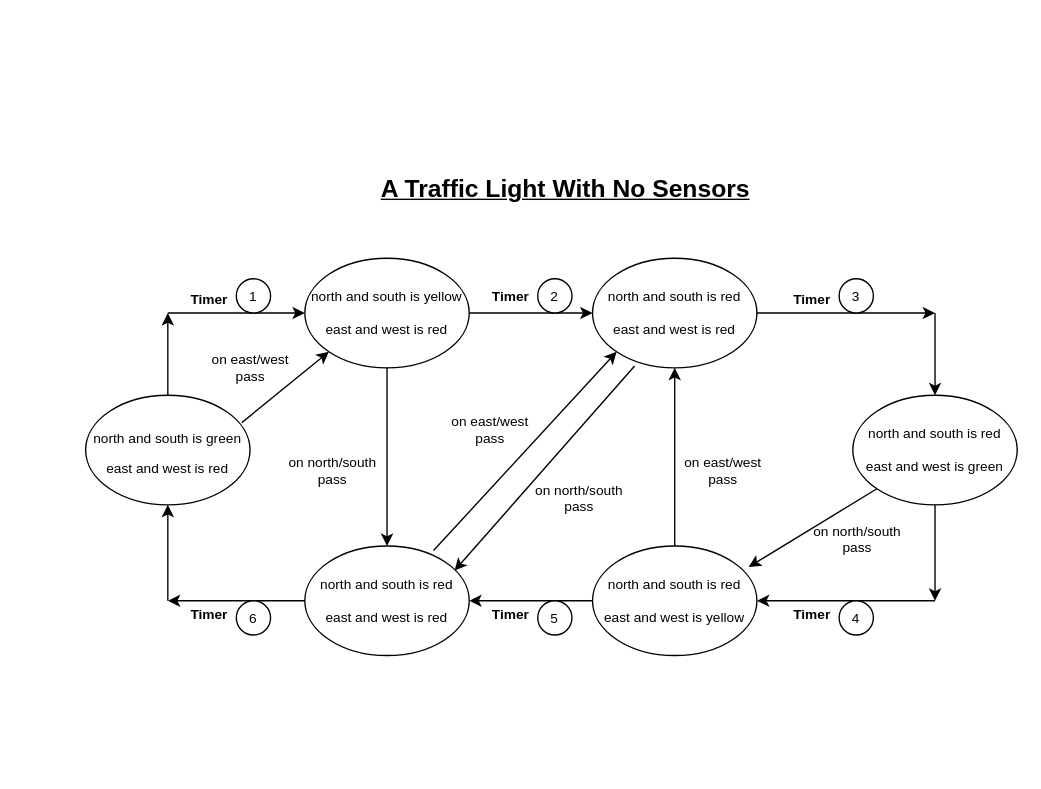
Above: Traffic Light With Sensors.drawio in Fangedan/1520 (draw.io), before the change. Source tidied: cells renumbered, new cells numbered last; positions are measured from the earlier drawing's top-left corner, leaving out a move shared by most shapes. Both pictures are drawn from the tidied source at 137%, with x=0, y=0 at pixel (85, 175).
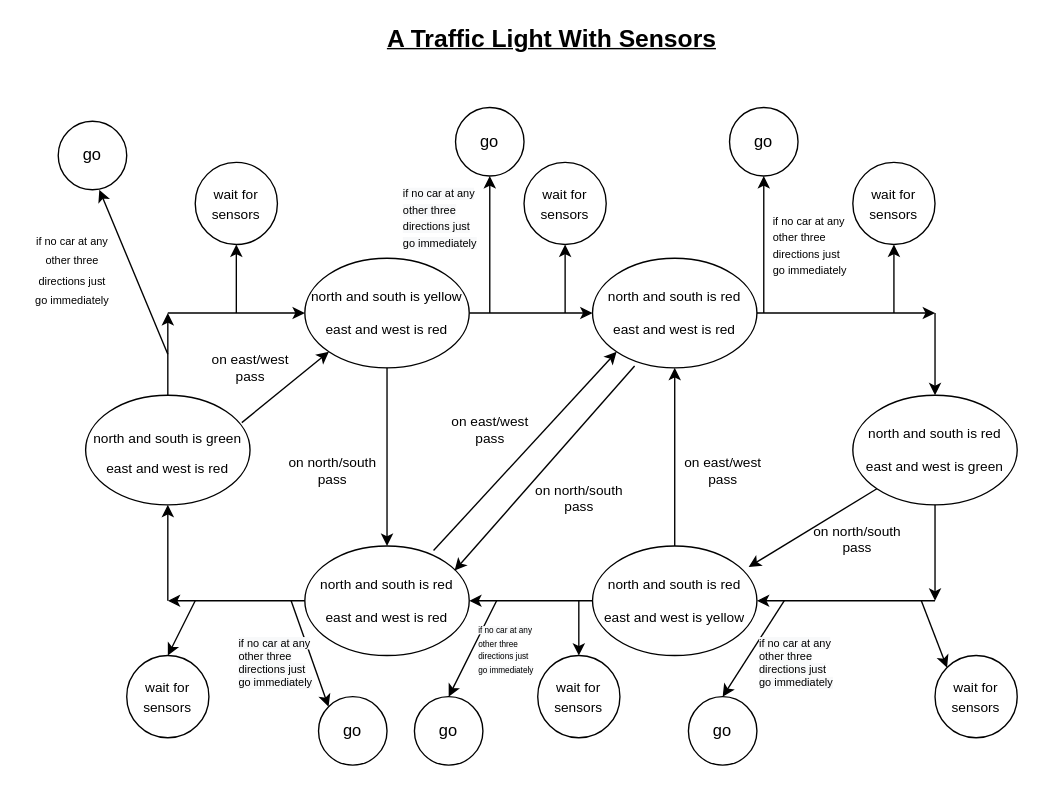
The same diagram, later.

The edit, as a diff of the source:
```diff
@@
-    <mxCell id="2" value="&lt;b&gt;&lt;u&gt;&lt;font style=&quot;font-size: 18px&quot;&gt;A Traffic Light With No Sensors&lt;/font&gt;&lt;/u&gt;&lt;/b&gt;" style="text;html=1;align=center;verticalAlign=middle;strokeColor=none;fillColor=none;" parent="1" vertex="1">
-      <mxGeometry x="210" width="280" height="20" as="geometry" />
+    <mxCell id="2" value="&lt;b&gt;&lt;u&gt;&lt;font style=&quot;font-size: 18px&quot;&gt;A Traffic Light With Sensors&lt;/font&gt;&lt;/u&gt;&lt;/b&gt;" style="text;html=1;align=center;verticalAlign=middle;strokeColor=none;fillColor=none;" parent="1" vertex="1">
+      <mxGeometry x="210" y="-110" width="260" height="20" as="geometry" />
     </mxCell>
@@
-    <mxCell id="19" value="&lt;b&gt;Timer&lt;/b&gt;" style="text;html=1;align=center;verticalAlign=middle;strokeColor=none;fillColor=none;fontSize=10;" parent="1" vertex="1">
-      <mxGeometry x="70" y="80" width="40" height="20" as="geometry" />
-    </mxCell>
-    <mxCell id="20" value="1" style="ellipse;whiteSpace=wrap;html=1;fontSize=10;" parent="1" vertex="1">
-      <mxGeometry x="110" y="75" width="25" height="25" as="geometry" />
-    </mxCell>
-    <mxCell id="21" value="&lt;b&gt;Timer&lt;/b&gt;" style="text;html=1;align=center;verticalAlign=middle;strokeColor=none;fillColor=none;fontSize=10;" parent="1" vertex="1">
-      <mxGeometry x="510" y="80" width="40" height="20" as="geometry" />
-    </mxCell>
-    <mxCell id="22" value="3" style="ellipse;whiteSpace=wrap;html=1;fontSize=10;" parent="1" vertex="1">
-      <mxGeometry x="550" y="75" width="25" height="25" as="geometry" />
-    </mxCell>
-    <mxCell id="23" value="&lt;b&gt;Timer&lt;/b&gt;" style="text;html=1;align=center;verticalAlign=middle;strokeColor=none;fillColor=none;fontSize=10;" parent="1" vertex="1">
-      <mxGeometry x="510" y="310" width="40" height="20" as="geometry" />
-    </mxCell>
-    <mxCell id="24" value="4" style="ellipse;whiteSpace=wrap;html=1;fontSize=10;" parent="1" vertex="1">
-      <mxGeometry x="550" y="310" width="25" height="25" as="geometry" />
-    </mxCell>
-    <mxCell id="25" value="&lt;b&gt;Timer&lt;/b&gt;" style="text;html=1;align=center;verticalAlign=middle;strokeColor=none;fillColor=none;fontSize=10;" parent="1" vertex="1">
-      <mxGeometry x="290" y="310" width="40" height="20" as="geometry" />
-    </mxCell>
-    <mxCell id="26" value="5" style="ellipse;whiteSpace=wrap;html=1;fontSize=10;" parent="1" vertex="1">
-      <mxGeometry x="330" y="310" width="25" height="25" as="geometry" />
-    </mxCell>
-    <mxCell id="27" value="&lt;b&gt;Timer&lt;/b&gt;" style="text;html=1;align=center;verticalAlign=middle;strokeColor=none;fillColor=none;fontSize=10;" parent="1" vertex="1">
-      <mxGeometry x="70" y="310" width="40" height="20" as="geometry" />
-    </mxCell>
-    <mxCell id="28" value="6" style="ellipse;whiteSpace=wrap;html=1;fontSize=10;" parent="1" vertex="1">
-      <mxGeometry x="110" y="310" width="25" height="25" as="geometry" />
-    </mxCell>
-    <mxCell id="29" value="&lt;b&gt;Timer&lt;/b&gt;" style="text;html=1;align=center;verticalAlign=middle;strokeColor=none;fillColor=none;fontSize=10;" parent="1" vertex="1">
-      <mxGeometry x="290" y="77.5" width="40" height="20" as="geometry" />
-    </mxCell>
-    <mxCell id="30" value="2" style="ellipse;whiteSpace=wrap;html=1;fontSize=10;" parent="1" vertex="1">
-      <mxGeometry x="330" y="75" width="25" height="25" as="geometry" />
-    </mxCell>
@@
+    <mxCell id="43" style="endArrow=classic;html=1;rounded=0;" parent="1" edge="1">
+      <mxGeometry relative="1" as="geometry">
+        <mxPoint x="60" y="130" as="sourcePoint" />
+        <mxPoint x="10" y="10" as="targetPoint" />
+      </mxGeometry>
+    </mxCell>
+    <mxCell id="44" value="go" style="ellipse;whiteSpace=wrap;html=1;" parent="1" vertex="1">
+      <mxGeometry x="-20" y="-40" width="50" height="50" as="geometry" />
+    </mxCell>
+    <mxCell id="45" value="&lt;font style=&quot;font-size: 8px&quot;&gt;if no car at any&lt;br&gt;other three&lt;br&gt;directions just&lt;br&gt;go immediately&lt;/font&gt;" style="text;html=1;align=center;verticalAlign=middle;strokeColor=none;fillColor=none;" parent="1" vertex="1">
+      <mxGeometry x="-45" y="32.5" width="70" height="70" as="geometry" />
+    </mxCell>
+    <mxCell id="46" style="endArrow=classic;html=1;rounded=0;" parent="1" edge="1">
+      <mxGeometry relative="1" as="geometry">
+        <mxPoint x="110" y="100" as="sourcePoint" />
+        <mxPoint x="110" y="50" as="targetPoint" />
+      </mxGeometry>
+    </mxCell>
+    <mxCell id="47" value="&lt;font style=&quot;font-size: 10px&quot;&gt;wait for sensors&lt;/font&gt;" style="ellipse;whiteSpace=wrap;html=1;" parent="1" vertex="1">
+      <mxGeometry x="80" y="-10" width="60" height="60" as="geometry" />
+    </mxCell>
+    <mxCell id="48" value="&lt;font style=&quot;font-size: 10px&quot;&gt;wait for sensors&lt;/font&gt;" style="ellipse;whiteSpace=wrap;html=1;" parent="1" vertex="1">
+      <mxGeometry x="320" y="-10" width="60" height="60" as="geometry" />
+    </mxCell>
+    <mxCell id="49" value="&lt;font style=&quot;font-size: 10px&quot;&gt;wait for sensors&lt;/font&gt;" style="ellipse;whiteSpace=wrap;html=1;" parent="1" vertex="1">
+      <mxGeometry x="560" y="-10" width="60" height="60" as="geometry" />
+    </mxCell>
+    <mxCell id="50" style="endArrow=classic;html=1;rounded=0;fontSize=10;entryX=0.5;entryY=1;entryDx=0;entryDy=0;" parent="1" edge="1" target="48">
+      <mxGeometry relative="1" as="geometry">
+        <mxPoint x="350" y="100" as="sourcePoint" />
+      </mxGeometry>
+    </mxCell>
+    <mxCell id="51" style="endArrow=classic;html=1;rounded=0;fontSize=10;entryX=0.5;entryY=1;entryDx=0;entryDy=0;" parent="1" edge="1" target="49">
+      <mxGeometry relative="1" as="geometry">
+        <mxPoint x="590" y="100" as="sourcePoint" />
+      </mxGeometry>
+    </mxCell>
+    <mxCell id="52" value="&lt;font style=&quot;font-size: 10px&quot;&gt;wait for sensors&lt;/font&gt;" style="ellipse;whiteSpace=wrap;html=1;" parent="1" vertex="1">
+      <mxGeometry x="30" y="350" width="60" height="60" as="geometry" />
+    </mxCell>
+    <mxCell id="53" value="&lt;font style=&quot;font-size: 10px&quot;&gt;wait for sensors&lt;/font&gt;" style="ellipse;whiteSpace=wrap;html=1;" parent="1" vertex="1">
+      <mxGeometry x="330" y="350" width="60" height="60" as="geometry" />
+    </mxCell>
+    <mxCell id="54" value="&lt;font style=&quot;font-size: 10px&quot;&gt;wait for sensors&lt;/font&gt;" style="ellipse;whiteSpace=wrap;html=1;" parent="1" vertex="1">
+      <mxGeometry x="620" y="350" width="60" height="60" as="geometry" />
+    </mxCell>
+    <mxCell id="55" style="endArrow=classic;html=1;rounded=0;fontSize=10;entryX=0.5;entryY=0;entryDx=0;entryDy=0;" parent="1" edge="1" target="52">
+      <mxGeometry relative="1" as="geometry">
+        <mxPoint x="80" y="310" as="sourcePoint" />
+      </mxGeometry>
+    </mxCell>
+    <mxCell id="56" style="endArrow=classic;html=1;rounded=0;fontSize=10;entryX=0.5;entryY=0;entryDx=0;entryDy=0;" parent="1" edge="1" target="53">
+      <mxGeometry relative="1" as="geometry">
+        <mxPoint x="360" y="310" as="sourcePoint" />
+      </mxGeometry>
+    </mxCell>
+    <mxCell id="57" style="endArrow=classic;html=1;rounded=0;fontSize=10;entryX=0;entryY=0;entryDx=0;entryDy=0;" parent="1" edge="1" target="54">
+      <mxGeometry relative="1" as="geometry">
+        <mxPoint x="610" y="310" as="sourcePoint" />
+      </mxGeometry>
+    </mxCell>
+    <mxCell id="58" value="go" style="ellipse;whiteSpace=wrap;html=1;" parent="1" vertex="1">
+      <mxGeometry x="270" y="-50" width="50" height="50" as="geometry" />
+    </mxCell>
+    <mxCell id="59" value="go" style="ellipse;whiteSpace=wrap;html=1;" parent="1" vertex="1">
+      <mxGeometry x="470" y="-50" width="50" height="50" as="geometry" />
+    </mxCell>
+    <mxCell id="60" style="endArrow=classic;html=1;rounded=0;fontSize=10;entryX=0.5;entryY=1;entryDx=0;entryDy=0;" parent="1" edge="1" target="58">
+      <mxGeometry relative="1" as="geometry">
+        <mxPoint x="295" y="100" as="sourcePoint" />
+      </mxGeometry>
+    </mxCell>
+    <mxCell id="61" style="endArrow=classic;html=1;rounded=0;fontSize=10;entryX=0.5;entryY=1;entryDx=0;entryDy=0;" parent="1" edge="1" target="59">
+      <mxGeometry relative="1" as="geometry">
+        <mxPoint x="495" y="100" as="sourcePoint" />
+      </mxGeometry>
+    </mxCell>
+    <mxCell id="62" value="go" style="ellipse;whiteSpace=wrap;html=1;" parent="1" vertex="1">
+      <mxGeometry x="170" y="380" width="50" height="50" as="geometry" />
+    </mxCell>
+    <mxCell id="63" value="go" style="ellipse;whiteSpace=wrap;html=1;" parent="1" vertex="1">
+      <mxGeometry x="240" y="380" width="50" height="50" as="geometry" />
+    </mxCell>
+    <mxCell id="64" value="go" style="ellipse;whiteSpace=wrap;html=1;" parent="1" vertex="1">
+      <mxGeometry x="440" y="380" width="50" height="50" as="geometry" />
+    </mxCell>
+    <mxCell id="65" style="endArrow=classic;html=1;rounded=0;fontSize=10;entryX=0;entryY=0;entryDx=0;entryDy=0;" parent="1" edge="1" target="62">
+      <mxGeometry relative="1" as="geometry">
+        <mxPoint x="150" y="310" as="sourcePoint" />
+      </mxGeometry>
+    </mxCell>
+    <mxCell id="66" style="endArrow=classic;html=1;rounded=0;fontSize=10;entryX=0.5;entryY=0;entryDx=0;entryDy=0;" parent="1" edge="1" target="63">
+      <mxGeometry relative="1" as="geometry">
+        <mxPoint x="300" y="310" as="sourcePoint" />
+      </mxGeometry>
+    </mxCell>
+    <mxCell id="67" style="endArrow=classic;html=1;rounded=0;fontSize=10;entryX=0.5;entryY=0;entryDx=0;entryDy=0;" parent="1" edge="1" target="64">
+      <mxGeometry relative="1" as="geometry">
+        <mxPoint x="510" y="310" as="sourcePoint" />
+      </mxGeometry>
+    </mxCell>
+    <mxCell id="68" value="&lt;font style=&quot;font-size: 8px&quot;&gt;&lt;span style=&quot;color: rgb(0 , 0 , 0) ; font-family: &amp;#34;helvetica&amp;#34; ; font-style: normal ; font-weight: 400 ; letter-spacing: normal ; text-align: center ; text-indent: 0px ; text-transform: none ; word-spacing: 0px ; background-color: rgb(248 , 249 , 250) ; display: inline ; float: none&quot;&gt;if no car at any&lt;/span&gt;&lt;br style=&quot;color: rgb(0 , 0 , 0) ; font-family: &amp;#34;helvetica&amp;#34; ; font-style: normal ; font-weight: 400 ; letter-spacing: normal ; text-align: center ; text-indent: 0px ; text-transform: none ; word-spacing: 0px ; background-color: rgb(248 , 249 , 250)&quot;&gt;&lt;span style=&quot;color: rgb(0 , 0 , 0) ; font-family: &amp;#34;helvetica&amp;#34; ; font-style: normal ; font-weight: 400 ; letter-spacing: normal ; text-align: center ; text-indent: 0px ; text-transform: none ; word-spacing: 0px ; background-color: rgb(248 , 249 , 250) ; display: inline ; float: none&quot;&gt;other three&lt;/span&gt;&lt;br style=&quot;color: rgb(0 , 0 , 0) ; font-family: &amp;#34;helvetica&amp;#34; ; font-style: normal ; font-weight: 400 ; letter-spacing: normal ; text-align: center ; text-indent: 0px ; text-transform: none ; word-spacing: 0px ; background-color: rgb(248 , 249 , 250)&quot;&gt;&lt;span style=&quot;color: rgb(0 , 0 , 0) ; font-family: &amp;#34;helvetica&amp;#34; ; font-style: normal ; font-weight: 400 ; letter-spacing: normal ; text-align: center ; text-indent: 0px ; text-transform: none ; word-spacing: 0px ; background-color: rgb(248 , 249 , 250) ; display: inline ; float: none&quot;&gt;directions just&lt;/span&gt;&lt;br style=&quot;color: rgb(0 , 0 , 0) ; font-family: &amp;#34;helvetica&amp;#34; ; font-style: normal ; font-weight: 400 ; letter-spacing: normal ; text-align: center ; text-indent: 0px ; text-transform: none ; word-spacing: 0px ; background-color: rgb(248 , 249 , 250)&quot;&gt;&lt;span style=&quot;color: rgb(0 , 0 , 0) ; font-family: &amp;#34;helvetica&amp;#34; ; font-style: normal ; font-weight: 400 ; letter-spacing: normal ; text-align: center ; text-indent: 0px ; text-transform: none ; word-spacing: 0px ; background-color: rgb(248 , 249 , 250) ; display: inline ; float: none&quot;&gt;go immediately&lt;/span&gt;&lt;/font&gt;" style="text;whiteSpace=wrap;html=1;fontSize=10;" parent="1" vertex="1">
+      <mxGeometry x="230" width="60" height="60" as="geometry" />
+    </mxCell>
+    <mxCell id="69" value="&lt;span style=&quot;font-size: 8px ; font-family: &amp;#34;helvetica&amp;#34; ; text-align: center&quot;&gt;if no car at any&lt;/span&gt;&lt;br style=&quot;font-size: 8px ; font-family: &amp;#34;helvetica&amp;#34; ; text-align: center&quot;&gt;&lt;span style=&quot;font-size: 8px ; font-family: &amp;#34;helvetica&amp;#34; ; text-align: center&quot;&gt;other three&lt;/span&gt;&lt;br style=&quot;font-size: 8px ; font-family: &amp;#34;helvetica&amp;#34; ; text-align: center&quot;&gt;&lt;span style=&quot;font-size: 8px ; font-family: &amp;#34;helvetica&amp;#34; ; text-align: center&quot;&gt;directions just&lt;/span&gt;&lt;br style=&quot;font-size: 8px ; font-family: &amp;#34;helvetica&amp;#34; ; text-align: center&quot;&gt;&lt;span style=&quot;font-size: 8px ; font-family: &amp;#34;helvetica&amp;#34; ; text-align: center&quot;&gt;go immediately&lt;/span&gt;" style="text;whiteSpace=wrap;html=1;fontSize=10;" parent="1" vertex="1">
+      <mxGeometry x="500" y="20" width="60" height="60" as="geometry" />
+    </mxCell>
+    <mxCell id="70" value="&lt;span style=&quot;color: rgb(0, 0, 0); font-size: 8px; font-style: normal; font-weight: 400; letter-spacing: normal; text-indent: 0px; text-transform: none; word-spacing: 0px; font-family: helvetica; text-align: center; background-color: rgb(248, 249, 250); display: inline; float: none;&quot;&gt;if no car at any&lt;/span&gt;&lt;br style=&quot;color: rgb(0, 0, 0); font-size: 8px; font-style: normal; font-weight: 400; letter-spacing: normal; text-indent: 0px; text-transform: none; word-spacing: 0px; font-family: helvetica; text-align: center; background-color: rgb(248, 249, 250);&quot;&gt;&lt;span style=&quot;color: rgb(0, 0, 0); font-size: 8px; font-style: normal; font-weight: 400; letter-spacing: normal; text-indent: 0px; text-transform: none; word-spacing: 0px; font-family: helvetica; text-align: center; background-color: rgb(248, 249, 250); display: inline; float: none;&quot;&gt;other three&lt;/span&gt;&lt;br style=&quot;color: rgb(0, 0, 0); font-size: 8px; font-style: normal; font-weight: 400; letter-spacing: normal; text-indent: 0px; text-transform: none; word-spacing: 0px; font-family: helvetica; text-align: center; background-color: rgb(248, 249, 250);&quot;&gt;&lt;span style=&quot;color: rgb(0, 0, 0); font-size: 8px; font-style: normal; font-weight: 400; letter-spacing: normal; text-indent: 0px; text-transform: none; word-spacing: 0px; font-family: helvetica; text-align: center; background-color: rgb(248, 249, 250); display: inline; float: none;&quot;&gt;directions just&lt;/span&gt;&lt;br style=&quot;color: rgb(0, 0, 0); font-size: 8px; font-style: normal; font-weight: 400; letter-spacing: normal; text-indent: 0px; text-transform: none; word-spacing: 0px; font-family: helvetica; text-align: center; background-color: rgb(248, 249, 250);&quot;&gt;&lt;span style=&quot;color: rgb(0, 0, 0); font-size: 8px; font-style: normal; font-weight: 400; letter-spacing: normal; text-indent: 0px; text-transform: none; word-spacing: 0px; font-family: helvetica; text-align: center; background-color: rgb(248, 249, 250); display: inline; float: none;&quot;&gt;go immediately&lt;/span&gt;" style="text;whiteSpace=wrap;html=1;fontSize=8;" parent="1" vertex="1">
+      <mxGeometry x="490" y="330" width="80" height="60" as="geometry" />
+    </mxCell>
+    <mxCell id="71" value="&lt;font style=&quot;font-size: 6px&quot;&gt;&lt;span style=&quot;color: rgb(0 , 0 , 0) ; font-style: normal ; font-weight: 400 ; letter-spacing: normal ; text-indent: 0px ; text-transform: none ; word-spacing: 0px ; font-family: &amp;#34;helvetica&amp;#34; ; text-align: center ; background-color: rgb(248 , 249 , 250) ; display: inline ; float: none&quot;&gt;if no car at any&lt;/span&gt;&lt;br style=&quot;color: rgb(0 , 0 , 0) ; font-style: normal ; font-weight: 400 ; letter-spacing: normal ; text-indent: 0px ; text-transform: none ; word-spacing: 0px ; font-family: &amp;#34;helvetica&amp;#34; ; text-align: center ; background-color: rgb(248 , 249 , 250)&quot;&gt;&lt;span style=&quot;color: rgb(0 , 0 , 0) ; font-style: normal ; font-weight: 400 ; letter-spacing: normal ; text-indent: 0px ; text-transform: none ; word-spacing: 0px ; font-family: &amp;#34;helvetica&amp;#34; ; text-align: center ; background-color: rgb(248 , 249 , 250) ; display: inline ; float: none&quot;&gt;other three&lt;/span&gt;&lt;br style=&quot;color: rgb(0 , 0 , 0) ; font-style: normal ; font-weight: 400 ; letter-spacing: normal ; text-indent: 0px ; text-transform: none ; word-spacing: 0px ; font-family: &amp;#34;helvetica&amp;#34; ; text-align: center ; background-color: rgb(248 , 249 , 250)&quot;&gt;&lt;span style=&quot;color: rgb(0 , 0 , 0) ; font-style: normal ; font-weight: 400 ; letter-spacing: normal ; text-indent: 0px ; text-transform: none ; word-spacing: 0px ; font-family: &amp;#34;helvetica&amp;#34; ; text-align: center ; background-color: rgb(248 , 249 , 250) ; display: inline ; float: none&quot;&gt;directions just&lt;/span&gt;&lt;br style=&quot;color: rgb(0 , 0 , 0) ; font-style: normal ; font-weight: 400 ; letter-spacing: normal ; text-indent: 0px ; text-transform: none ; word-spacing: 0px ; font-family: &amp;#34;helvetica&amp;#34; ; text-align: center ; background-color: rgb(248 , 249 , 250)&quot;&gt;&lt;span style=&quot;color: rgb(0 , 0 , 0) ; font-style: normal ; font-weight: 400 ; letter-spacing: normal ; text-indent: 0px ; text-transform: none ; word-spacing: 0px ; font-family: &amp;#34;helvetica&amp;#34; ; text-align: center ; background-color: rgb(248 , 249 , 250) ; display: inline ; float: none&quot;&gt;go immediately&lt;/span&gt;&lt;/font&gt;" style="text;whiteSpace=wrap;html=1;fontSize=8;" parent="1" vertex="1">
+      <mxGeometry x="285" y="320" width="80" height="60" as="geometry" />
+    </mxCell>
+    <mxCell id="72" value="&lt;span style=&quot;color: rgb(0, 0, 0); font-size: 8px; font-style: normal; font-weight: 400; letter-spacing: normal; text-indent: 0px; text-transform: none; word-spacing: 0px; font-family: helvetica; text-align: center; background-color: rgb(248, 249, 250); display: inline; float: none;&quot;&gt;if no car at any&lt;/span&gt;&lt;br style=&quot;color: rgb(0, 0, 0); font-size: 8px; font-style: normal; font-weight: 400; letter-spacing: normal; text-indent: 0px; text-transform: none; word-spacing: 0px; font-family: helvetica; text-align: center; background-color: rgb(248, 249, 250);&quot;&gt;&lt;span style=&quot;color: rgb(0, 0, 0); font-size: 8px; font-style: normal; font-weight: 400; letter-spacing: normal; text-indent: 0px; text-transform: none; word-spacing: 0px; font-family: helvetica; text-align: center; background-color: rgb(248, 249, 250); display: inline; float: none;&quot;&gt;other three&lt;/span&gt;&lt;br style=&quot;color: rgb(0, 0, 0); font-size: 8px; font-style: normal; font-weight: 400; letter-spacing: normal; text-indent: 0px; text-transform: none; word-spacing: 0px; font-family: helvetica; text-align: center; background-color: rgb(248, 249, 250);&quot;&gt;&lt;span style=&quot;color: rgb(0, 0, 0); font-size: 8px; font-style: normal; font-weight: 400; letter-spacing: normal; text-indent: 0px; text-transform: none; word-spacing: 0px; font-family: helvetica; text-align: center; background-color: rgb(248, 249, 250); display: inline; float: none;&quot;&gt;directions just&lt;/span&gt;&lt;br style=&quot;color: rgb(0, 0, 0); font-size: 8px; font-style: normal; font-weight: 400; letter-spacing: normal; text-indent: 0px; text-transform: none; word-spacing: 0px; font-family: helvetica; text-align: center; background-color: rgb(248, 249, 250);&quot;&gt;&lt;span style=&quot;color: rgb(0, 0, 0); font-size: 8px; font-style: normal; font-weight: 400; letter-spacing: normal; text-indent: 0px; text-transform: none; word-spacing: 0px; font-family: helvetica; text-align: center; background-color: rgb(248, 249, 250); display: inline; float: none;&quot;&gt;go immediately&lt;/span&gt;" style="text;whiteSpace=wrap;html=1;fontSize=6;" parent="1" vertex="1">
+      <mxGeometry x="110" y="330" width="60" height="50" as="geometry" />
+    </mxCell>
```
